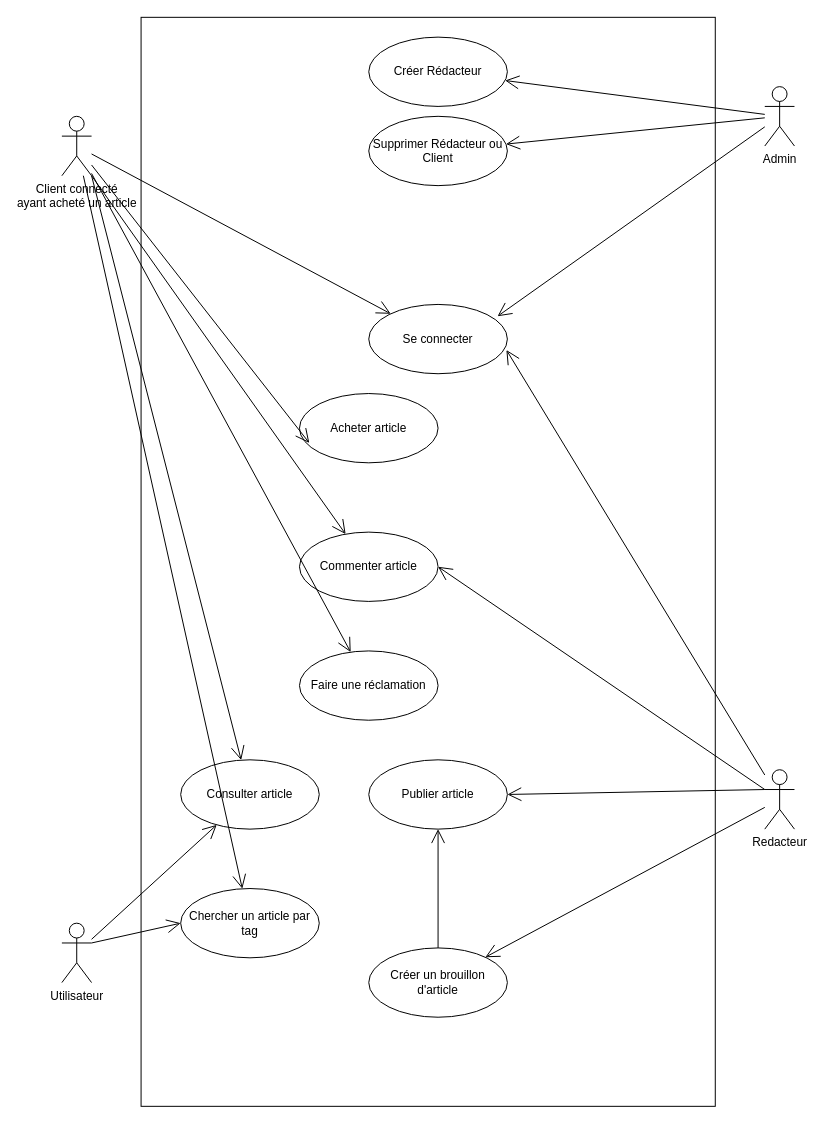
Earlier version of the draw.io diagram diagrams/Cas d utilisation.drawio (Wathil/POECNews). Source tidied: cells renumbered, new cells numbered last; positions are measured from the earlier drawing's top-left corner, leaving out a move shared by most shapes. Both pictures are drawn from the tidied source at 99%, with x=0, y=0 at pixel (61, 17).
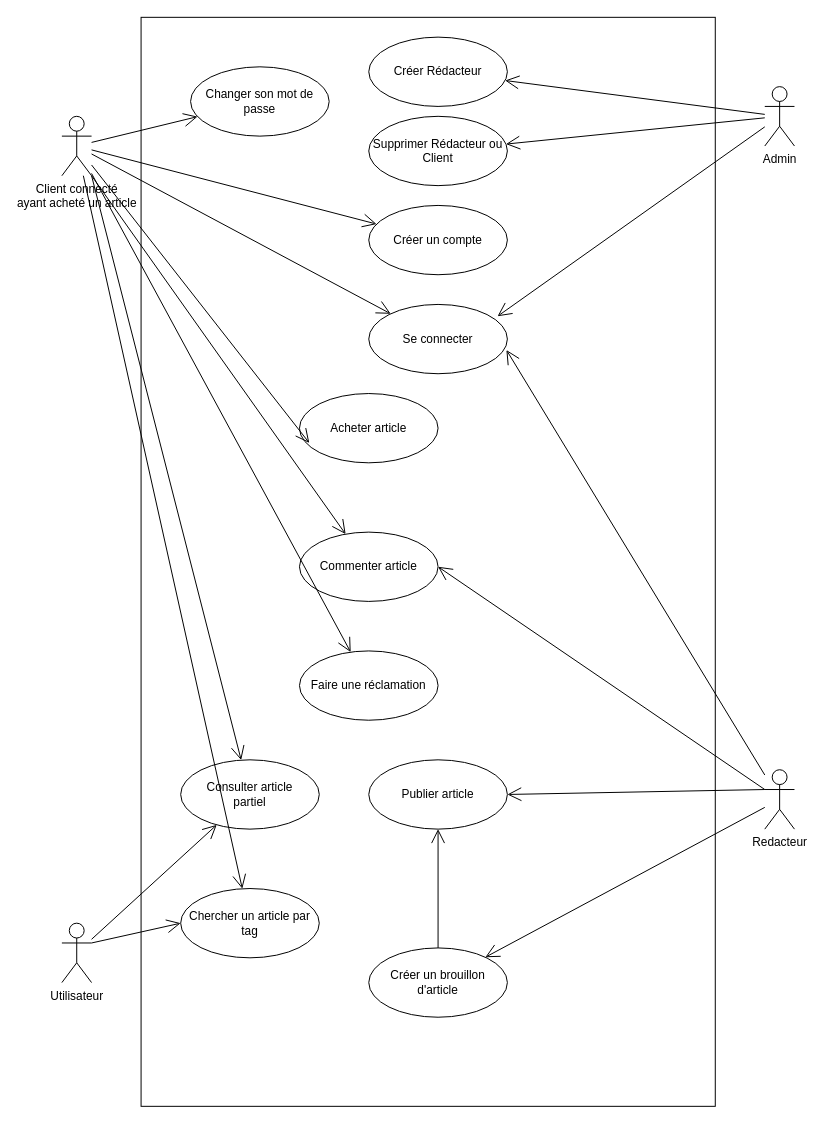
Above is the later version.

The change refers to these unchanged cells:
```xml
<mxCell id="6" value="Client connecté &lt;br&gt;ayant acheté un article" style="shape=umlActor;verticalLabelPosition=bottom;verticalAlign=top;html=1;outlineConnect=0;" parent="1" vertex="1">
  <mxGeometry y="100" width="30" height="60" as="geometry" />
</mxCell>
```

Diff of the diagram source:
```diff
@@
-    <mxCell id="18" value="Consulter article" style="ellipse;whiteSpace=wrap;html=1;" parent="1" vertex="1">
+    <mxCell id="18" value="Consulter article&lt;br&gt;partiel" style="ellipse;whiteSpace=wrap;html=1;" parent="1" vertex="1">
       <mxGeometry x="120" y="750" width="140" height="70" as="geometry" />
     </mxCell>
@@
+    <mxCell id="33" value="Créer un compte" style="ellipse;whiteSpace=wrap;html=1;" parent="1" vertex="1">
+      <mxGeometry x="310" y="190" width="140" height="70" as="geometry" />
+    </mxCell>
+    <mxCell id="34" style="endArrow=open;endFill=1;endSize=12;html=1;" parent="1" edge="1" source="6" target="33">
+      <mxGeometry relative="1" as="geometry" />
+    </mxCell>
+    <mxCell id="35" value="Changer son mot de passe" style="ellipse;whiteSpace=wrap;html=1;" parent="1" vertex="1">
+      <mxGeometry x="130" y="50" width="140" height="70" as="geometry" />
+    </mxCell>
+    <mxCell id="36" style="endArrow=open;endFill=1;endSize=12;html=1;" parent="1" edge="1" source="6" target="35">
+      <mxGeometry relative="1" as="geometry" />
+    </mxCell>
```
